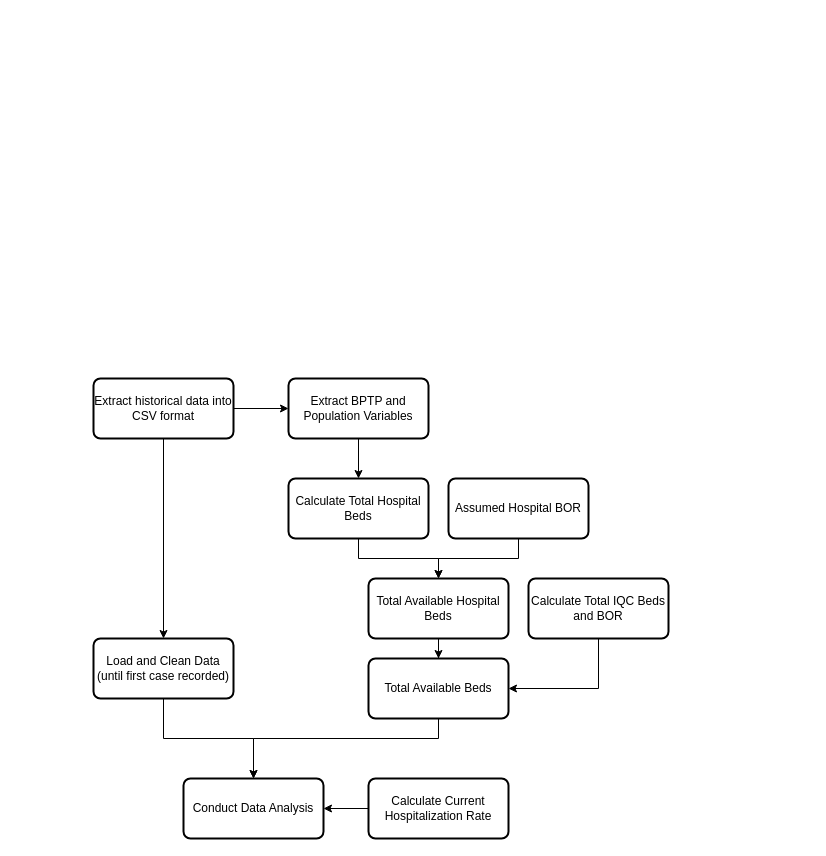
This is Report/StatApproach.drawio from 93ramadan/uob-bdsa601-project, a draw.io file, before an edit. Source tidied: cells renumbered, new cells numbered last; positions are measured from the earlier drawing's top-left corner, leaving out a move shared by most shapes. Both pictures are drawn from the tidied source at 100%, with x=0, y=0 at pixel (93, 378).
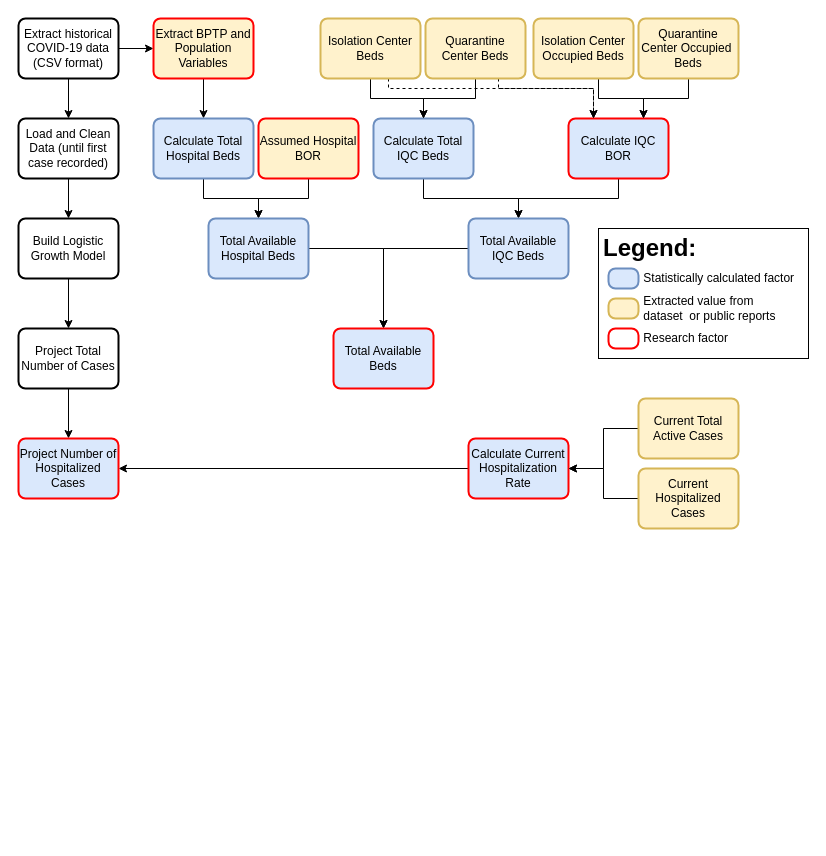
After the change.

The edit, as a diff of the source:
```diff
@@
-    <mxCell id="4" value="Extract historical data into CSV format" style="rounded=1;whiteSpace=wrap;html=1;absoluteArcSize=1;arcSize=14;strokeWidth=2;" parent="1" vertex="1">
-      <mxGeometry width="140" height="60" as="geometry" />
+    <mxCell id="4" value="Extract historical COVID-19 data (CSV format)" style="rounded=1;whiteSpace=wrap;html=1;absoluteArcSize=1;arcSize=14;strokeWidth=2;" parent="1" vertex="1">
+      <mxGeometry x="-75" y="-360" width="100" height="60" as="geometry" />
     </mxCell>
@@
-    <mxCell id="6" value="Extract BPTP and Population Variables" style="rounded=1;whiteSpace=wrap;html=1;absoluteArcSize=1;arcSize=14;strokeWidth=2;" parent="1" vertex="1">
-      <mxGeometry x="195" width="140" height="60" as="geometry" />
+    <mxCell id="6" value="Extract BPTP and Population Variables" style="rounded=1;whiteSpace=wrap;html=1;absoluteArcSize=1;arcSize=14;strokeWidth=2;fillColor=#fff2cc;strokeColor=#FF0000;" parent="1" vertex="1">
+      <mxGeometry x="60" y="-360" width="100" height="60" as="geometry" />
     </mxCell>
@@
-    <mxCell id="8" value="Calculate Total Hospital Beds" style="rounded=1;whiteSpace=wrap;html=1;absoluteArcSize=1;arcSize=14;strokeWidth=2;" parent="1" vertex="1">
-      <mxGeometry x="195" y="100" width="140" height="60" as="geometry" />
+    <mxCell id="8" value="Calculate Total Hospital Beds" style="rounded=1;whiteSpace=wrap;html=1;absoluteArcSize=1;arcSize=14;strokeWidth=2;fillColor=#dae8fc;strokeColor=#6c8ebf;" parent="1" vertex="1">
+      <mxGeometry x="60" y="-260" width="100" height="60" as="geometry" />
     </mxCell>
-    <mxCell id="9" style="edgeStyle=orthogonalEdgeStyle;rounded=0;jettySize=auto;html=1;" parent="1" edge="1" source="10" target="11">
-      <mxGeometry relative="1" as="geometry" />
-    </mxCell>
+    <mxCell id="22" style="edgeStyle=orthogonalEdgeStyle;rounded=0;jettySize=auto;html=1;" parent="1" edge="1" source="10" target="44">
+      <mxGeometry relative="1" as="geometry" />
+    </mxCell>
     <mxCell id="10" value="Load and Clean Data (until first case recorded)" style="rounded=1;whiteSpace=wrap;html=1;absoluteArcSize=1;arcSize=14;strokeWidth=2;" parent="1" vertex="1">
-      <mxGeometry y="260" width="140" height="60" as="geometry" />
+      <mxGeometry x="-75" y="-260" width="100" height="60" as="geometry" />
     </mxCell>
-    <mxCell id="11" value="Conduct Data Analysis" style="rounded=1;whiteSpace=wrap;html=1;absoluteArcSize=1;arcSize=14;strokeWidth=2;" parent="1" vertex="1">
-      <mxGeometry x="90" y="400" width="140" height="60" as="geometry" />
-    </mxCell>
-    <mxCell id="12" style="edgeStyle=orthogonalEdgeStyle;rounded=0;jettySize=auto;html=1;entryX=1;entryY=0.5;entryDx=0;entryDy=0;exitX=0.5;exitY=1;exitDx=0;exitDy=0;" parent="1" edge="1" source="13" target="21">
-      <mxGeometry relative="1" as="geometry" />
-    </mxCell>
+    <mxCell id="23" style="edgeStyle=orthogonalEdgeStyle;rounded=0;jettySize=auto;html=1;" parent="1" edge="1" source="13" target="32">
+      <mxGeometry relative="1" as="geometry" />
+    </mxCell>
-    <mxCell id="13" value="Calculate Total IQC Beds and BOR" style="rounded=1;whiteSpace=wrap;html=1;absoluteArcSize=1;arcSize=14;strokeWidth=2;" parent="1" vertex="1">
-      <mxGeometry x="435" y="200" width="140" height="60" as="geometry" />
+    <mxCell id="13" value="Calculate Total IQC Beds" style="rounded=1;whiteSpace=wrap;html=1;absoluteArcSize=1;arcSize=14;strokeWidth=2;fillColor=#dae8fc;strokeColor=#6c8ebf;" parent="1" vertex="1">
+      <mxGeometry x="280" y="-260" width="100" height="60" as="geometry" />
     </mxCell>
-    <mxCell id="14" style="edgeStyle=orthogonalEdgeStyle;rounded=0;jettySize=auto;html=1;" parent="1" edge="1" source="15" target="11">
-      <mxGeometry relative="1" as="geometry" />
-    </mxCell>
+    <mxCell id="24" style="edgeStyle=orthogonalEdgeStyle;rounded=0;jettySize=auto;html=1;" parent="1" edge="1" source="15" target="47">
+      <mxGeometry relative="1" as="geometry" />
+    </mxCell>
-    <mxCell id="15" value="Calculate Current Hospitalization Rate" style="rounded=1;whiteSpace=wrap;html=1;absoluteArcSize=1;arcSize=14;strokeWidth=2;" parent="1" vertex="1">
-      <mxGeometry x="275" y="400" width="140" height="60" as="geometry" />
+    <mxCell id="15" value="Calculate Current Hospitalization Rate" style="rounded=1;whiteSpace=wrap;html=1;absoluteArcSize=1;arcSize=14;strokeWidth=2;fillColor=#dae8fc;strokeColor=#FF0000;" parent="1" vertex="1">
+      <mxGeometry x="375" y="60" width="100" height="60" as="geometry" />
     </mxCell>
@@
-    <mxCell id="17" value="Assumed Hospital BOR" style="rounded=1;whiteSpace=wrap;html=1;absoluteArcSize=1;arcSize=14;strokeWidth=2;" parent="1" vertex="1">
-      <mxGeometry x="355" y="100" width="140" height="60" as="geometry" />
+    <mxCell id="17" value="Assumed Hospital BOR" style="rounded=1;whiteSpace=wrap;html=1;absoluteArcSize=1;arcSize=14;strokeWidth=2;fillColor=#fff2cc;strokeColor=#FF0000;" parent="1" vertex="1">
+      <mxGeometry x="165" y="-260" width="100" height="60" as="geometry" />
     </mxCell>
@@
-    <mxCell id="19" value="Total Available Hospital Beds" style="rounded=1;whiteSpace=wrap;html=1;absoluteArcSize=1;arcSize=14;strokeWidth=2;" parent="1" vertex="1">
-      <mxGeometry x="275" y="200" width="140" height="60" as="geometry" />
+    <mxCell id="19" value="Total Available Hospital Beds" style="rounded=1;whiteSpace=wrap;html=1;absoluteArcSize=1;arcSize=14;strokeWidth=2;fillColor=#dae8fc;strokeColor=#6c8ebf;" parent="1" vertex="1">
+      <mxGeometry x="115" y="-160" width="100" height="60" as="geometry" />
     </mxCell>
-    <mxCell id="20" style="edgeStyle=orthogonalEdgeStyle;rounded=0;jettySize=auto;html=1;entryX=0.5;entryY=0;entryDx=0;entryDy=0;" parent="1" edge="1" source="21" target="11">
-      <mxGeometry relative="1" as="geometry">
-        <Array as="points">
-          <mxPoint x="345" y="360" />
-          <mxPoint x="160" y="360" />
-        </Array>
-      </mxGeometry>
-    </mxCell>
+    <mxCell id="25" style="edgeStyle=orthogonalEdgeStyle;rounded=0;jettySize=auto;html=1;" parent="1" edge="1" source="26" target="15">
+      <mxGeometry relative="1" as="geometry" />
+    </mxCell>
+    <mxCell id="26" value="Current Total Active Cases" style="rounded=1;whiteSpace=wrap;html=1;absoluteArcSize=1;arcSize=14;strokeWidth=2;fillColor=#fff2cc;strokeColor=#d6b656;" parent="1" vertex="1">
+      <mxGeometry x="545" y="20" width="100" height="60" as="geometry" />
+    </mxCell>
+    <mxCell id="27" style="edgeStyle=orthogonalEdgeStyle;rounded=0;jettySize=auto;html=1;" parent="1" edge="1" source="28" target="15">
+      <mxGeometry relative="1" as="geometry" />
+    </mxCell>
+    <mxCell id="28" value="Current Hospitalized Cases" style="rounded=1;whiteSpace=wrap;html=1;absoluteArcSize=1;arcSize=14;strokeWidth=2;fillColor=#fff2cc;strokeColor=#d6b656;" parent="1" vertex="1">
+      <mxGeometry x="545" y="90" width="100" height="60" as="geometry" />
+    </mxCell>
+    <mxCell id="29" style="edgeStyle=orthogonalEdgeStyle;rounded=0;jettySize=auto;html=1;entryX=0.5;entryY=0;entryDx=0;entryDy=0;" parent="1" edge="1" source="30" target="32">
+      <mxGeometry relative="1" as="geometry" />
+    </mxCell>
+    <mxCell id="30" value="Calculate IQC BOR" style="rounded=1;whiteSpace=wrap;html=1;absoluteArcSize=1;arcSize=14;strokeWidth=2;fillColor=#dae8fc;strokeColor=#FF0000;" parent="1" vertex="1">
+      <mxGeometry x="475" y="-260" width="100" height="60" as="geometry" />
+    </mxCell>
+    <mxCell id="31" style="edgeStyle=orthogonalEdgeStyle;rounded=0;jettySize=auto;html=1;entryX=0.5;entryY=0;entryDx=0;entryDy=0;" parent="1" edge="1" source="32" target="21">
+      <mxGeometry relative="1" as="geometry" />
+    </mxCell>
+    <mxCell id="32" value="Total Available IQC Beds" style="rounded=1;whiteSpace=wrap;html=1;absoluteArcSize=1;arcSize=14;strokeWidth=2;fillColor=#dae8fc;strokeColor=#6c8ebf;" parent="1" vertex="1">
+      <mxGeometry x="375" y="-160" width="100" height="60" as="geometry" />
+    </mxCell>
+    <mxCell id="33" style="edgeStyle=orthogonalEdgeStyle;rounded=0;jettySize=auto;html=1;" parent="1" edge="1" source="35" target="13">
+      <mxGeometry relative="1" as="geometry" />
+    </mxCell>
+    <mxCell id="34" style="edgeStyle=orthogonalEdgeStyle;rounded=0;jettySize=auto;html=1;entryX=0.25;entryY=0;entryDx=0;entryDy=0;dashed=1;" parent="1" edge="1" source="35" target="30">
+      <mxGeometry relative="1" as="geometry">
+        <Array as="points">
+          <mxPoint x="295" y="-290" />
+          <mxPoint x="500" y="-290" />
+        </Array>
+      </mxGeometry>
+    </mxCell>
+    <mxCell id="35" value="Isolation Center Beds" style="rounded=1;whiteSpace=wrap;html=1;absoluteArcSize=1;arcSize=14;strokeWidth=2;fillColor=#fff2cc;strokeColor=#d6b656;" parent="1" vertex="1">
+      <mxGeometry x="227" y="-360" width="100" height="60" as="geometry" />
+    </mxCell>
+    <mxCell id="36" style="edgeStyle=orthogonalEdgeStyle;rounded=0;jettySize=auto;html=1;" parent="1" edge="1" source="38" target="13">
+      <mxGeometry relative="1" as="geometry" />
+    </mxCell>
+    <mxCell id="37" style="edgeStyle=orthogonalEdgeStyle;rounded=0;jettySize=auto;html=1;entryX=0.25;entryY=0;entryDx=0;entryDy=0;dashed=1;" parent="1" edge="1" source="38" target="30">
+      <mxGeometry relative="1" as="geometry">
+        <Array as="points">
+          <mxPoint x="405" y="-290" />
+          <mxPoint x="500" y="-290" />
+        </Array>
+      </mxGeometry>
+    </mxCell>
+    <mxCell id="38" value="Quarantine Center Beds" style="rounded=1;whiteSpace=wrap;html=1;absoluteArcSize=1;arcSize=14;strokeWidth=2;fillColor=#fff2cc;strokeColor=#d6b656;" parent="1" vertex="1">
+      <mxGeometry x="332" y="-360" width="100" height="60" as="geometry" />
+    </mxCell>
+    <mxCell id="39" style="edgeStyle=orthogonalEdgeStyle;rounded=0;jettySize=auto;html=1;entryX=0.75;entryY=0;entryDx=0;entryDy=0;" parent="1" edge="1" source="40" target="30">
+      <mxGeometry relative="1" as="geometry">
+        <Array as="points">
+          <mxPoint x="505" y="-280" />
+          <mxPoint x="550" y="-280" />
+        </Array>
+      </mxGeometry>
+    </mxCell>
+    <mxCell id="40" value="Isolation Center Occupied Beds" style="rounded=1;whiteSpace=wrap;html=1;absoluteArcSize=1;arcSize=14;strokeWidth=2;fillColor=#fff2cc;strokeColor=#d6b656;" parent="1" vertex="1">
+      <mxGeometry x="440" y="-360" width="100" height="60" as="geometry" />
+    </mxCell>
+    <mxCell id="41" style="edgeStyle=orthogonalEdgeStyle;rounded=0;jettySize=auto;html=1;entryX=0.75;entryY=0;entryDx=0;entryDy=0;" parent="1" edge="1" source="42" target="30">
+      <mxGeometry relative="1" as="geometry" />
+    </mxCell>
+    <mxCell id="42" value="Quarantine Center Occupied&amp;nbsp;&lt;br&gt;Beds" style="rounded=1;whiteSpace=wrap;html=1;absoluteArcSize=1;arcSize=14;strokeWidth=2;fillColor=#fff2cc;strokeColor=#d6b656;" parent="1" vertex="1">
+      <mxGeometry x="545" y="-360" width="100" height="60" as="geometry" />
+    </mxCell>
-    <mxCell id="21" value="Total Available Beds" style="rounded=1;whiteSpace=wrap;html=1;absoluteArcSize=1;arcSize=14;strokeWidth=2;" parent="1" vertex="1">
-      <mxGeometry x="275" y="280" width="140" height="60" as="geometry" />
+    <mxCell id="21" value="Total Available Beds" style="rounded=1;whiteSpace=wrap;html=1;absoluteArcSize=1;arcSize=14;strokeWidth=2;fillColor=#dae8fc;strokeColor=#FF0000;" parent="1" vertex="1">
+      <mxGeometry x="240" y="-50" width="100" height="60" as="geometry" />
     </mxCell>
+    <mxCell id="43" style="edgeStyle=orthogonalEdgeStyle;rounded=0;jettySize=auto;html=1;" parent="1" edge="1" source="44" target="46">
+      <mxGeometry relative="1" as="geometry" />
+    </mxCell>
+    <mxCell id="44" value="Build Logistic Growth Model" style="rounded=1;whiteSpace=wrap;html=1;absoluteArcSize=1;arcSize=14;strokeWidth=2;" parent="1" vertex="1">
+      <mxGeometry x="-75" y="-160" width="100" height="60" as="geometry" />
+    </mxCell>
+    <mxCell id="45" style="edgeStyle=orthogonalEdgeStyle;rounded=0;jettySize=auto;html=1;" parent="1" edge="1" source="46" target="47">
+      <mxGeometry relative="1" as="geometry" />
+    </mxCell>
+    <mxCell id="46" value="Project Total Number of Cases" style="rounded=1;whiteSpace=wrap;html=1;absoluteArcSize=1;arcSize=14;strokeWidth=2;" parent="1" vertex="1">
+      <mxGeometry x="-75" y="-50" width="100" height="60" as="geometry" />
+    </mxCell>
+    <mxCell id="47" value="Project Number of Hospitalized Cases" style="rounded=1;whiteSpace=wrap;html=1;absoluteArcSize=1;arcSize=14;strokeWidth=2;fillColor=#dae8fc;strokeColor=#FF0000;" parent="1" vertex="1">
+      <mxGeometry x="-75" y="60" width="100" height="60" as="geometry" />
+    </mxCell>
+    <mxCell id="48" value="&lt;h1&gt;Legend:&lt;/h1&gt;" style="text;html=1;fillColor=none;spacing=5;spacingTop=-20;whiteSpace=wrap;overflow=hidden;rounded=0;strokeColor=#000000;" parent="1" vertex="1">
+      <mxGeometry x="505" y="-150" width="210" height="130" as="geometry" />
+    </mxCell>
+    <mxCell id="49" style="rounded=1;whiteSpace=wrap;html=1;absoluteArcSize=1;arcSize=14;strokeWidth=2;fillColor=#dae8fc;strokeColor=#6c8ebf;" parent="1" vertex="1">
+      <mxGeometry x="515" y="-110" width="30" height="20" as="geometry" />
+    </mxCell>
+    <mxCell id="50" style="rounded=1;whiteSpace=wrap;html=1;absoluteArcSize=1;arcSize=14;strokeWidth=2;fillColor=#fff2cc;strokeColor=#d6b656;" parent="1" vertex="1">
+      <mxGeometry x="515" y="-80" width="30" height="20" as="geometry" />
+    </mxCell>
+    <mxCell id="51" value="&amp;nbsp;Statistically calculated factor" style="text;html=1;strokeColor=none;fillColor=none;align=left;verticalAlign=middle;whiteSpace=wrap;rounded=0;" parent="1" vertex="1">
+      <mxGeometry x="545" y="-110" width="160" height="20" as="geometry" />
+    </mxCell>
+    <mxCell id="52" value="&amp;nbsp;Extracted value from&amp;nbsp; &amp;nbsp;dataset&amp;nbsp; or public reports" style="text;html=1;strokeColor=none;fillColor=none;align=left;verticalAlign=middle;whiteSpace=wrap;rounded=0;" parent="1" vertex="1">
+      <mxGeometry x="545" y="-80" width="160" height="20" as="geometry" />
+    </mxCell>
+    <mxCell id="53" style="rounded=1;whiteSpace=wrap;html=1;absoluteArcSize=1;arcSize=14;strokeWidth=2;fillColor=none;strokeColor=#FF0000;" parent="1" vertex="1">
+      <mxGeometry x="515" y="-50" width="30" height="20" as="geometry" />
+    </mxCell>
+    <mxCell id="54" value="&amp;nbsp;Research factor" style="text;html=1;strokeColor=none;fillColor=none;align=left;verticalAlign=middle;whiteSpace=wrap;rounded=0;" parent="1" vertex="1">
+      <mxGeometry x="545" y="-50" width="160" height="20" as="geometry" />
+    </mxCell>
+    <mxCell id="55" style="edgeStyle=orthogonalEdgeStyle;rounded=0;orthogonalLoop=1;jettySize=auto;html=1;exitX=0.5;exitY=1;exitDx=0;exitDy=0;dashed=1;" parent="1" edge="1" source="52" target="52">
+      <mxGeometry relative="1" as="geometry" />
+    </mxCell>
```
